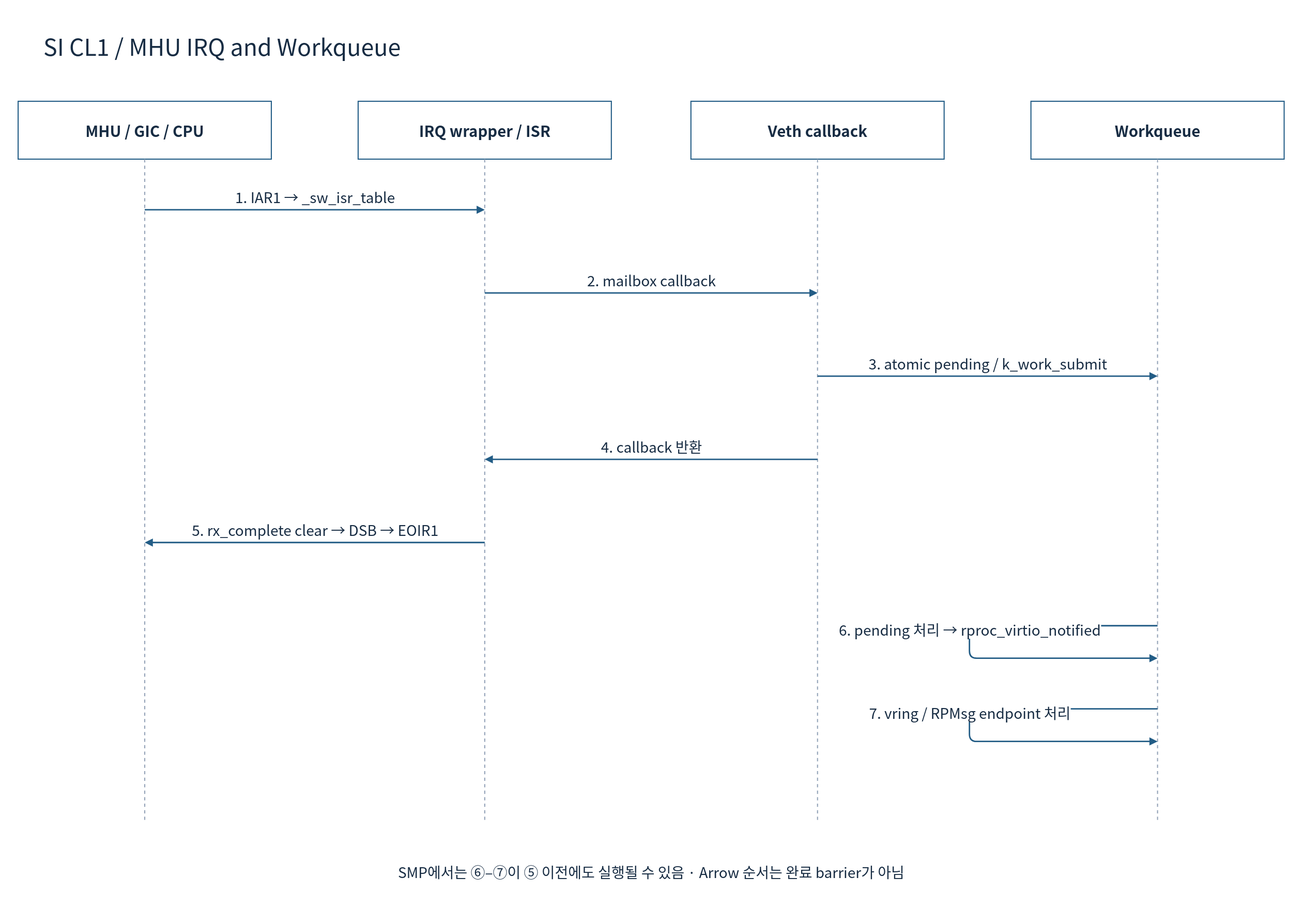
The draw.io diagram doc/phase1/interrupt/diagrams/09f-zephyr-sequence.drawio.svg in cometzero/project-apollo, before a commit. Source tidied: cells renumbered, new cells last; positions are measured from the earlier drawing's top-left corner, leaving out a move shared by most shapes. Its diagram source:
```xml
<mxGraphModel background="#FFFFFF">
  <root>
    <mxCell id="0" />
    <mxCell id="1" parent="0" />
    <mxCell id="2" style="rounded=0;whiteSpace=wrap;html=1;fillColor=#FFFFFF;strokeColor=none;strokeWidth=1.5;fontColor=#172C43;fontFamily=Noto Sans CJK KR;fontSize=22;spacing=10;" parent="1" vertex="1">
      <mxGeometry width="1800" height="1275" as="geometry" />
    </mxCell>
    <mxCell id="3" value="SI CL1 / MHU IRQ and Workqueue" style="rounded=0;whiteSpace=wrap;html=1;fillColor=#FFFFFF;strokeColor=none;strokeWidth=1.5;fontColor=#172C43;fontFamily=Noto Sans CJK KR;fontSize=22;spacing=10;fontSize=32;align=left;" parent="1" vertex="1">
      <mxGeometry x="50" y="30" width="1700" height="65" as="geometry" />
    </mxCell>
    <mxCell id="4" value="MHU / GIC / CPU" style="rounded=0;whiteSpace=wrap;html=1;fillColor=#FFFFFF;strokeColor=#235D86;strokeWidth=1.5;fontColor=#172C43;fontFamily=Noto Sans CJK KR;fontSize=22;spacing=10;fontStyle=1;fontSize=21;" parent="1" vertex="1">
      <mxGeometry x="25" y="140" width="350" height="80" as="geometry" />
    </mxCell>
    <mxCell id="5" style="endArrow=none;dashed=1;strokeColor=#94A3B8;strokeWidth=1.5;" parent="1" edge="1">
      <mxGeometry relative="1" as="geometry">
        <mxPoint x="200" y="220" as="sourcePoint" />
        <mxPoint x="200" y="1135" as="targetPoint" />
      </mxGeometry>
    </mxCell>
    <mxCell id="6" value="IRQ wrapper / ISR" style="rounded=0;whiteSpace=wrap;html=1;fillColor=#FFFFFF;strokeColor=#235D86;strokeWidth=1.5;fontColor=#172C43;fontFamily=Noto Sans CJK KR;fontSize=22;spacing=10;fontStyle=1;fontSize=21;" parent="1" vertex="1">
      <mxGeometry x="495" y="140" width="350" height="80" as="geometry" />
    </mxCell>
    <mxCell id="7" style="endArrow=none;dashed=1;strokeColor=#94A3B8;strokeWidth=1.5;" parent="1" edge="1">
      <mxGeometry relative="1" as="geometry">
        <mxPoint x="670" y="220" as="sourcePoint" />
        <mxPoint x="670" y="1135" as="targetPoint" />
      </mxGeometry>
    </mxCell>
    <mxCell id="8" value="Veth callback" style="rounded=0;whiteSpace=wrap;html=1;fillColor=#FFFFFF;strokeColor=#235D86;strokeWidth=1.5;fontColor=#172C43;fontFamily=Noto Sans CJK KR;fontSize=22;spacing=10;fontStyle=1;fontSize=21;" parent="1" vertex="1">
      <mxGeometry x="955" y="140" width="350" height="80" as="geometry" />
    </mxCell>
    <mxCell id="9" style="endArrow=none;dashed=1;strokeColor=#94A3B8;strokeWidth=1.5;" parent="1" edge="1">
      <mxGeometry relative="1" as="geometry">
        <mxPoint x="1130" y="220" as="sourcePoint" />
        <mxPoint x="1130" y="1135" as="targetPoint" />
      </mxGeometry>
    </mxCell>
    <mxCell id="10" value="Workqueue" style="rounded=0;whiteSpace=wrap;html=1;fillColor=#FFFFFF;strokeColor=#235D86;strokeWidth=1.5;fontColor=#172C43;fontFamily=Noto Sans CJK KR;fontSize=22;spacing=10;fontStyle=1;fontSize=21;" parent="1" vertex="1">
      <mxGeometry x="1425" y="140" width="350" height="80" as="geometry" />
    </mxCell>
    <mxCell id="11" style="endArrow=none;dashed=1;strokeColor=#94A3B8;strokeWidth=1.5;" parent="1" edge="1">
      <mxGeometry relative="1" as="geometry">
        <mxPoint x="1600" y="220" as="sourcePoint" />
        <mxPoint x="1600" y="1135" as="targetPoint" />
      </mxGeometry>
    </mxCell>
    <mxCell id="12" value="1. IAR1 → _sw_isr_table" style="edgeStyle=none;html=1;endArrow=block;endFill=1;strokeColor=#235D86;strokeWidth=2;fontColor=#172C43;fontFamily=Noto Sans CJK KR;fontSize=20;labelBackgroundColor=#FFFFFF;" parent="1" edge="1">
      <mxGeometry relative="1" as="geometry">
        <mxPoint x="200" y="290" as="sourcePoint" />
        <mxPoint x="670" y="290" as="targetPoint" />
        <mxPoint y="-18" as="offset" />
      </mxGeometry>
    </mxCell>
    <mxCell id="13" value="2. mailbox callback" style="edgeStyle=none;html=1;endArrow=block;endFill=1;strokeColor=#235D86;strokeWidth=2;fontColor=#172C43;fontFamily=Noto Sans CJK KR;fontSize=20;labelBackgroundColor=#FFFFFF;" parent="1" edge="1">
      <mxGeometry relative="1" as="geometry">
        <mxPoint x="670" y="405" as="sourcePoint" />
        <mxPoint x="1130" y="405" as="targetPoint" />
        <mxPoint y="-18" as="offset" />
      </mxGeometry>
    </mxCell>
    <mxCell id="14" value="3. atomic pending / k_work_submit" style="edgeStyle=none;html=1;endArrow=block;endFill=1;strokeColor=#235D86;strokeWidth=2;fontColor=#172C43;fontFamily=Noto Sans CJK KR;fontSize=20;labelBackgroundColor=#FFFFFF;" parent="1" edge="1">
      <mxGeometry relative="1" as="geometry">
        <mxPoint x="1130" y="520" as="sourcePoint" />
        <mxPoint x="1600" y="520" as="targetPoint" />
        <mxPoint y="-18" as="offset" />
      </mxGeometry>
    </mxCell>
    <mxCell id="15" value="4. callback 반환" style="edgeStyle=none;html=1;endArrow=block;endFill=1;strokeColor=#235D86;strokeWidth=2;fontColor=#172C43;fontFamily=Noto Sans CJK KR;fontSize=20;labelBackgroundColor=#FFFFFF;" parent="1" edge="1">
      <mxGeometry relative="1" as="geometry">
        <mxPoint x="1130" y="635" as="sourcePoint" />
        <mxPoint x="670" y="635" as="targetPoint" />
        <mxPoint y="-18" as="offset" />
      </mxGeometry>
    </mxCell>
    <mxCell id="16" value="5. rx_complete clear → DSB → EOIR1" style="edgeStyle=none;html=1;endArrow=block;endFill=1;strokeColor=#235D86;strokeWidth=2;fontColor=#172C43;fontFamily=Noto Sans CJK KR;fontSize=20;labelBackgroundColor=#FFFFFF;" parent="1" edge="1">
      <mxGeometry relative="1" as="geometry">
        <mxPoint x="670" y="750" as="sourcePoint" />
        <mxPoint x="200" y="750" as="targetPoint" />
        <mxPoint y="-18" as="offset" />
      </mxGeometry>
    </mxCell>
    <mxCell id="17" value="6. pending 처리 → rproc_virtio_notified" style="edgeStyle=none;html=1;endArrow=block;endFill=1;strokeColor=#235D86;strokeWidth=2;fontColor=#172C43;fontFamily=Noto Sans CJK KR;fontSize=20;labelBackgroundColor=#FFFFFF;" parent="1" edge="1">
      <mxGeometry relative="1" as="geometry">
        <mxPoint x="1600" y="865" as="sourcePoint" />
        <mxPoint x="1600" y="910" as="targetPoint" />
        <Array as="points">
          <mxPoint x="1340" y="865" />
          <mxPoint x="1340" y="910" />
        </Array>
        <mxPoint y="-18" as="offset" />
      </mxGeometry>
    </mxCell>
    <mxCell id="18" value="7. vring / RPMsg endpoint 처리" style="edgeStyle=none;html=1;endArrow=block;endFill=1;strokeColor=#235D86;strokeWidth=2;fontColor=#172C43;fontFamily=Noto Sans CJK KR;fontSize=20;labelBackgroundColor=#FFFFFF;" parent="1" edge="1">
      <mxGeometry relative="1" as="geometry">
        <mxPoint x="1600" y="980" as="sourcePoint" />
        <mxPoint x="1600" y="1025" as="targetPoint" />
        <Array as="points">
          <mxPoint x="1340" y="980" />
          <mxPoint x="1340" y="1025" />
        </Array>
        <mxPoint y="-18" as="offset" />
      </mxGeometry>
    </mxCell>
    <mxCell id="19" value="SMP에서는 ⑥–⑦이 ⑤ 이전에도 실행될 수 있음 · Arrow 순서는 완료 barrier가 아님" style="rounded=0;whiteSpace=wrap;html=1;fillColor=#FFFFFF;strokeColor=none;strokeWidth=1.5;fontColor=#172C43;fontFamily=Noto Sans CJK KR;fontSize=22;spacing=10;fontSize=20;" parent="1" vertex="1">
      <mxGeometry x="50" y="1175" width="1700" height="60" as="geometry" />
    </mxCell>
  </root>
</mxGraphModel>
```
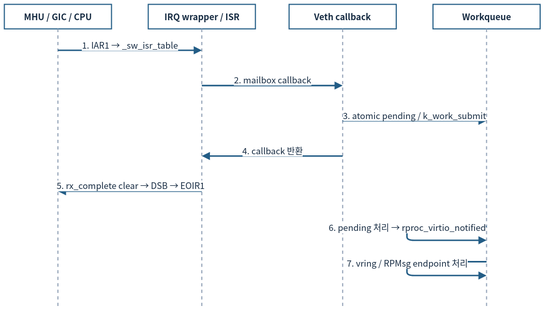
After the commit.

Diff of the diagram source:
```diff
@@ -2,107 +2,98 @@
   <root>
     <mxCell id="0" />
     <mxCell id="1" parent="0" />
-    <mxCell id="2" style="rounded=0;whiteSpace=wrap;html=1;fillColor=#FFFFFF;strokeColor=none;strokeWidth=1.5;fontColor=#172C43;fontFamily=Noto Sans CJK KR;fontSize=22;spacing=10;" parent="1" vertex="1">
-      <mxGeometry width="1800" height="1275" as="geometry" />
-    </mxCell>
-    <mxCell id="3" value="SI CL1 / MHU IRQ and Workqueue" style="rounded=0;whiteSpace=wrap;html=1;fillColor=#FFFFFF;strokeColor=none;strokeWidth=1.5;fontColor=#172C43;fontFamily=Noto Sans CJK KR;fontSize=22;spacing=10;fontSize=32;align=left;" parent="1" vertex="1">
-      <mxGeometry x="50" y="30" width="1700" height="65" as="geometry" />
-    </mxCell>
-    <mxCell id="4" value="MHU / GIC / CPU" style="rounded=0;whiteSpace=wrap;html=1;fillColor=#FFFFFF;strokeColor=#235D86;strokeWidth=1.5;fontColor=#172C43;fontFamily=Noto Sans CJK KR;fontSize=22;spacing=10;fontStyle=1;fontSize=21;" parent="1" vertex="1">
-      <mxGeometry x="25" y="140" width="350" height="80" as="geometry" />
+    <mxCell id="4" value="MHU / GIC / CPU" style="rounded=0;whiteSpace=wrap;html=1;fillColor=#FFFFFF;strokeColor=#235D86;strokeWidth=1.5;fontColor=#172C43;fontFamily=Noto Sans CJK KR;fontStyle=1;fontSize=12;spacing=3;whiteSpace=wrap;" parent="1" vertex="1">
+      <mxGeometry x="12" y="12" width="148" height="33.8" as="geometry" />
     </mxCell>
-    <mxCell id="5" style="endArrow=none;dashed=1;strokeColor=#94A3B8;strokeWidth=1.5;" parent="1" edge="1">
+    <mxCell id="5" style="endArrow=none;dashed=1;strokeColor=#94A3B8;strokeWidth=1.5;fontSize=12;spacing=3;whiteSpace=nowrap;" parent="1" edge="1">
       <mxGeometry relative="1" as="geometry">
-        <mxPoint x="200" y="220" as="sourcePoint" />
-        <mxPoint x="200" y="1135" as="targetPoint" />
+        <mxPoint x="86" y="45.8" as="sourcePoint" />
+        <mxPoint x="86" y="432.7" as="targetPoint" />
       </mxGeometry>
     </mxCell>
-    <mxCell id="6" value="IRQ wrapper / ISR" style="rounded=0;whiteSpace=wrap;html=1;fillColor=#FFFFFF;strokeColor=#235D86;strokeWidth=1.5;fontColor=#172C43;fontFamily=Noto Sans CJK KR;fontSize=22;spacing=10;fontStyle=1;fontSize=21;" parent="1" vertex="1">
-      <mxGeometry x="495" y="140" width="350" height="80" as="geometry" />
+    <mxCell id="6" value="IRQ wrapper / ISR" style="rounded=0;whiteSpace=wrap;html=1;fillColor=#FFFFFF;strokeColor=#235D86;strokeWidth=1.5;fontColor=#172C43;fontFamily=Noto Sans CJK KR;fontStyle=1;fontSize=12;spacing=3;whiteSpace=wrap;" parent="1" vertex="1">
+      <mxGeometry x="210.7" y="12" width="148" height="33.8" as="geometry" />
     </mxCell>
-    <mxCell id="7" style="endArrow=none;dashed=1;strokeColor=#94A3B8;strokeWidth=1.5;" parent="1" edge="1">
+    <mxCell id="7" style="endArrow=none;dashed=1;strokeColor=#94A3B8;strokeWidth=1.5;fontSize=12;spacing=3;whiteSpace=nowrap;" parent="1" edge="1">
       <mxGeometry relative="1" as="geometry">
-        <mxPoint x="670" y="220" as="sourcePoint" />
-        <mxPoint x="670" y="1135" as="targetPoint" />
+        <mxPoint x="284.7" y="45.8" as="sourcePoint" />
+        <mxPoint x="284.7" y="432.7" as="targetPoint" />
       </mxGeometry>
     </mxCell>
-    <mxCell id="8" value="Veth callback" style="rounded=0;whiteSpace=wrap;html=1;fillColor=#FFFFFF;strokeColor=#235D86;strokeWidth=1.5;fontColor=#172C43;fontFamily=Noto Sans CJK KR;fontSize=22;spacing=10;fontStyle=1;fontSize=21;" parent="1" vertex="1">
-      <mxGeometry x="955" y="140" width="350" height="80" as="geometry" />
+    <mxCell id="8" value="Veth callback" style="rounded=0;whiteSpace=wrap;html=1;fillColor=#FFFFFF;strokeColor=#235D86;strokeWidth=1.5;fontColor=#172C43;fontFamily=Noto Sans CJK KR;fontStyle=1;fontSize=12;spacing=3;whiteSpace=wrap;" parent="1" vertex="1">
+      <mxGeometry x="405.3" y="12" width="148" height="33.8" as="geometry" />
     </mxCell>
-    <mxCell id="9" style="endArrow=none;dashed=1;strokeColor=#94A3B8;strokeWidth=1.5;" parent="1" edge="1">
+    <mxCell id="9" style="endArrow=none;dashed=1;strokeColor=#94A3B8;strokeWidth=1.5;fontSize=12;spacing=3;whiteSpace=nowrap;" parent="1" edge="1">
       <mxGeometry relative="1" as="geometry">
-        <mxPoint x="1130" y="220" as="sourcePoint" />
-        <mxPoint x="1130" y="1135" as="targetPoint" />
+        <mxPoint x="479.3" y="45.8" as="sourcePoint" />
+        <mxPoint x="479.3" y="432.7" as="targetPoint" />
       </mxGeometry>
     </mxCell>
-    <mxCell id="10" value="Workqueue" style="rounded=0;whiteSpace=wrap;html=1;fillColor=#FFFFFF;strokeColor=#235D86;strokeWidth=1.5;fontColor=#172C43;fontFamily=Noto Sans CJK KR;fontSize=22;spacing=10;fontStyle=1;fontSize=21;" parent="1" vertex="1">
-      <mxGeometry x="1425" y="140" width="350" height="80" as="geometry" />
+    <mxCell id="10" value="Workqueue" style="rounded=0;whiteSpace=wrap;html=1;fillColor=#FFFFFF;strokeColor=#235D86;strokeWidth=1.5;fontColor=#172C43;fontFamily=Noto Sans CJK KR;fontStyle=1;fontSize=12;spacing=3;whiteSpace=wrap;" parent="1" vertex="1">
+      <mxGeometry x="604" y="12" width="148" height="33.8" as="geometry" />
     </mxCell>
-    <mxCell id="11" style="endArrow=none;dashed=1;strokeColor=#94A3B8;strokeWidth=1.5;" parent="1" edge="1">
+    <mxCell id="11" style="endArrow=none;dashed=1;strokeColor=#94A3B8;strokeWidth=1.5;fontSize=12;spacing=3;whiteSpace=nowrap;" parent="1" edge="1">
       <mxGeometry relative="1" as="geometry">
-        <mxPoint x="1600" y="220" as="sourcePoint" />
-        <mxPoint x="1600" y="1135" as="targetPoint" />
+        <mxPoint x="678" y="45.8" as="sourcePoint" />
+        <mxPoint x="678" y="432.7" as="targetPoint" />
       </mxGeometry>
     </mxCell>
-    <mxCell id="12" value="1. IAR1 → _sw_isr_table" style="edgeStyle=none;html=1;endArrow=block;endFill=1;strokeColor=#235D86;strokeWidth=2;fontColor=#172C43;fontFamily=Noto Sans CJK KR;fontSize=20;labelBackgroundColor=#FFFFFF;" parent="1" edge="1">
+    <mxCell id="12" value="1. IAR1 → _sw_isr_table" style="edgeStyle=none;html=1;endArrow=block;endFill=1;strokeColor=#235D86;strokeWidth=2;fontColor=#172C43;fontFamily=Noto Sans CJK KR;labelBackgroundColor=#FFFFFF;fontSize=12;spacing=3;whiteSpace=nowrap;" parent="1" edge="1">
       <mxGeometry relative="1" as="geometry">
-        <mxPoint x="200" y="290" as="sourcePoint" />
-        <mxPoint x="670" y="290" as="targetPoint" />
-        <mxPoint y="-18" as="offset" />
+        <mxPoint x="86" y="75.4" as="sourcePoint" />
+        <mxPoint x="284.7" y="75.4" as="targetPoint" />
+        <mxPoint y="-7.6" as="offset" />
       </mxGeometry>
     </mxCell>
-    <mxCell id="13" value="2. mailbox callback" style="edgeStyle=none;html=1;endArrow=block;endFill=1;strokeColor=#235D86;strokeWidth=2;fontColor=#172C43;fontFamily=Noto Sans CJK KR;fontSize=20;labelBackgroundColor=#FFFFFF;" parent="1" edge="1">
+    <mxCell id="13" value="2. mailbox callback" style="edgeStyle=none;html=1;endArrow=block;endFill=1;strokeColor=#235D86;strokeWidth=2;fontColor=#172C43;fontFamily=Noto Sans CJK KR;labelBackgroundColor=#FFFFFF;fontSize=12;spacing=3;whiteSpace=nowrap;" parent="1" edge="1">
       <mxGeometry relative="1" as="geometry">
-        <mxPoint x="670" y="405" as="sourcePoint" />
-        <mxPoint x="1130" y="405" as="targetPoint" />
-        <mxPoint y="-18" as="offset" />
+        <mxPoint x="284.7" y="124.1" as="sourcePoint" />
+        <mxPoint x="479.3" y="124.1" as="targetPoint" />
+        <mxPoint y="-7.6" as="offset" />
       </mxGeometry>
     </mxCell>
-    <mxCell id="14" value="3. atomic pending / k_work_submit" style="edgeStyle=none;html=1;endArrow=block;endFill=1;strokeColor=#235D86;strokeWidth=2;fontColor=#172C43;fontFamily=Noto Sans CJK KR;fontSize=20;labelBackgroundColor=#FFFFFF;" parent="1" edge="1">
+    <mxCell id="14" value="3. atomic pending / k_work_submit" style="edgeStyle=none;html=1;endArrow=block;endFill=1;strokeColor=#235D86;strokeWidth=2;fontColor=#172C43;fontFamily=Noto Sans CJK KR;labelBackgroundColor=#FFFFFF;fontSize=12;spacing=3;whiteSpace=nowrap;" parent="1" edge="1">
       <mxGeometry relative="1" as="geometry">
-        <mxPoint x="1130" y="520" as="sourcePoint" />
-        <mxPoint x="1600" y="520" as="targetPoint" />
-        <mxPoint y="-18" as="offset" />
+        <mxPoint x="479.3" y="172.7" as="sourcePoint" />
+        <mxPoint x="678" y="172.7" as="targetPoint" />
+        <mxPoint y="-7.6" as="offset" />
       </mxGeometry>
     </mxCell>
-    <mxCell id="15" value="4. callback 반환" style="edgeStyle=none;html=1;endArrow=block;endFill=1;strokeColor=#235D86;strokeWidth=2;fontColor=#172C43;fontFamily=Noto Sans CJK KR;fontSize=20;labelBackgroundColor=#FFFFFF;" parent="1" edge="1">
+    <mxCell id="15" value="4. callback 반환" style="edgeStyle=none;html=1;endArrow=block;endFill=1;strokeColor=#235D86;strokeWidth=2;fontColor=#172C43;fontFamily=Noto Sans CJK KR;labelBackgroundColor=#FFFFFF;fontSize=12;spacing=3;whiteSpace=nowrap;" parent="1" edge="1">
       <mxGeometry relative="1" as="geometry">
-        <mxPoint x="1130" y="635" as="sourcePoint" />
-        <mxPoint x="670" y="635" as="targetPoint" />
-        <mxPoint y="-18" as="offset" />
+        <mxPoint x="479.3" y="221.3" as="sourcePoint" />
+        <mxPoint x="284.7" y="221.3" as="targetPoint" />
+        <mxPoint y="-7.6" as="offset" />
       </mxGeometry>
     </mxCell>
-    <mxCell id="16" value="5. rx_complete clear → DSB → EOIR1" style="edgeStyle=none;html=1;endArrow=block;endFill=1;strokeColor=#235D86;strokeWidth=2;fontColor=#172C43;fontFamily=Noto Sans CJK KR;fontSize=20;labelBackgroundColor=#FFFFFF;" parent="1" edge="1">
+    <mxCell id="16" value="5. rx_complete clear → DSB → EOIR1" style="edgeStyle=none;html=1;endArrow=block;endFill=1;strokeColor=#235D86;strokeWidth=2;fontColor=#172C43;fontFamily=Noto Sans CJK KR;labelBackgroundColor=#FFFFFF;fontSize=12;spacing=3;whiteSpace=nowrap;" parent="1" edge="1">
       <mxGeometry relative="1" as="geometry">
-        <mxPoint x="670" y="750" as="sourcePoint" />
-        <mxPoint x="200" y="750" as="targetPoint" />
-        <mxPoint y="-18" as="offset" />
+        <mxPoint x="284.7" y="269.9" as="sourcePoint" />
+        <mxPoint x="86" y="269.9" as="targetPoint" />
+        <mxPoint y="-7.6" as="offset" />
       </mxGeometry>
     </mxCell>
-    <mxCell id="17" value="6. pending 처리 → rproc_virtio_notified" style="edgeStyle=none;html=1;endArrow=block;endFill=1;strokeColor=#235D86;strokeWidth=2;fontColor=#172C43;fontFamily=Noto Sans CJK KR;fontSize=20;labelBackgroundColor=#FFFFFF;" parent="1" edge="1">
+    <mxCell id="17" value="6. pending 처리 → rproc_virtio_notified" style="edgeStyle=none;html=1;endArrow=block;endFill=1;strokeColor=#235D86;strokeWidth=2;fontColor=#172C43;fontFamily=Noto Sans CJK KR;labelBackgroundColor=#FFFFFF;fontSize=12;spacing=3;whiteSpace=nowrap;" parent="1" edge="1">
       <mxGeometry relative="1" as="geometry">
-        <mxPoint x="1600" y="865" as="sourcePoint" />
-        <mxPoint x="1600" y="910" as="targetPoint" />
+        <mxPoint x="678" y="318.6" as="sourcePoint" />
+        <mxPoint x="678" y="337.6" as="targetPoint" />
         <Array as="points">
-          <mxPoint x="1340" y="865" />
-          <mxPoint x="1340" y="910" />
+          <mxPoint x="568.1" y="318.6" />
+          <mxPoint x="568.1" y="337.6" />
         </Array>
-        <mxPoint y="-18" as="offset" />
+        <mxPoint y="-7.6" as="offset" />
       </mxGeometry>
     </mxCell>
-    <mxCell id="18" value="7. vring / RPMsg endpoint 처리" style="edgeStyle=none;html=1;endArrow=block;endFill=1;strokeColor=#235D86;strokeWidth=2;fontColor=#172C43;fontFamily=Noto Sans CJK KR;fontSize=20;labelBackgroundColor=#FFFFFF;" parent="1" edge="1">
+    <mxCell id="18" value="7. vring / RPMsg endpoint 처리" style="edgeStyle=none;html=1;endArrow=block;endFill=1;strokeColor=#235D86;strokeWidth=2;fontColor=#172C43;fontFamily=Noto Sans CJK KR;labelBackgroundColor=#FFFFFF;fontSize=12;spacing=3;whiteSpace=nowrap;" parent="1" edge="1">
       <mxGeometry relative="1" as="geometry">
-        <mxPoint x="1600" y="980" as="sourcePoint" />
-        <mxPoint x="1600" y="1025" as="targetPoint" />
+        <mxPoint x="678" y="367.2" as="sourcePoint" />
+        <mxPoint x="678" y="386.2" as="targetPoint" />
         <Array as="points">
-          <mxPoint x="1340" y="980" />
-          <mxPoint x="1340" y="1025" />
+          <mxPoint x="568.1" y="367.2" />
+          <mxPoint x="568.1" y="386.2" />
         </Array>
-        <mxPoint y="-18" as="offset" />
+        <mxPoint y="-7.6" as="offset" />
       </mxGeometry>
     </mxCell>
-    <mxCell id="19" value="SMP에서는 ⑥–⑦이 ⑤ 이전에도 실행될 수 있음 · Arrow 순서는 완료 barrier가 아님" style="rounded=0;whiteSpace=wrap;html=1;fillColor=#FFFFFF;strokeColor=none;strokeWidth=1.5;fontColor=#172C43;fontFamily=Noto Sans CJK KR;fontSize=22;spacing=10;fontSize=20;" parent="1" vertex="1">
-      <mxGeometry x="50" y="1175" width="1700" height="60" as="geometry" />
-    </mxCell>
   </root>
 </mxGraphModel>
```
